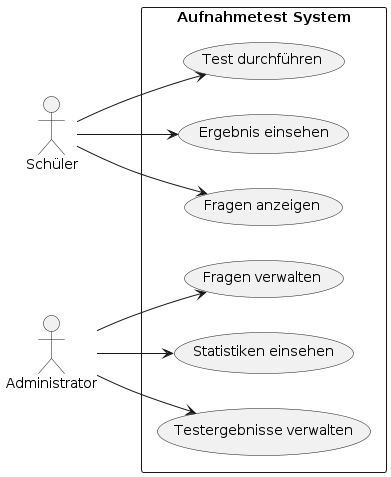
Earlier version of the PlantUML export images/use-case.png (2425-3ahif-syp/02-projekte-fragebogen-htl). Source of this version:
```plantuml
@startuml
left to right direction
actor "Schüler" as Student
actor "Administrator" as Admin

rectangle "Aufnahmetest System" {
  Student --> (Test durchführen)
  Student --> (Ergebnis einsehen)
  Student --> (Fragen anzeigen)

  Admin --> (Fragen verwalten)
  Admin --> (Statistiken einsehen)
  Admin --> (Testergebnisse verwalten)
}
@enduml
```
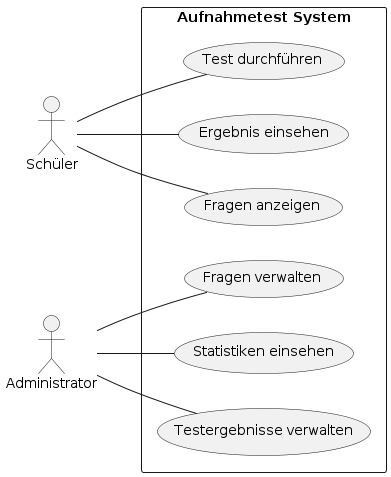
Later version of the same file.

What changed in the source:
```diff
@@ -4,12 +4,12 @@
 actor "Administrator" as Admin
 
 rectangle "Aufnahmetest System" {
-  Student --> (Test durchführen)
-  Student --> (Ergebnis einsehen)
-  Student --> (Fragen anzeigen)
+  Student -- (Test durchführen)
+  Student -- (Ergebnis einsehen)
+  Student -- (Fragen anzeigen)
 
-  Admin --> (Fragen verwalten)
-  Admin --> (Statistiken einsehen)
-  Admin --> (Testergebnisse verwalten)
+  Admin -- (Fragen verwalten)
+  Admin -- (Statistiken einsehen)
+  Admin -- (Testergebnisse verwalten)
 }
 @enduml
```
